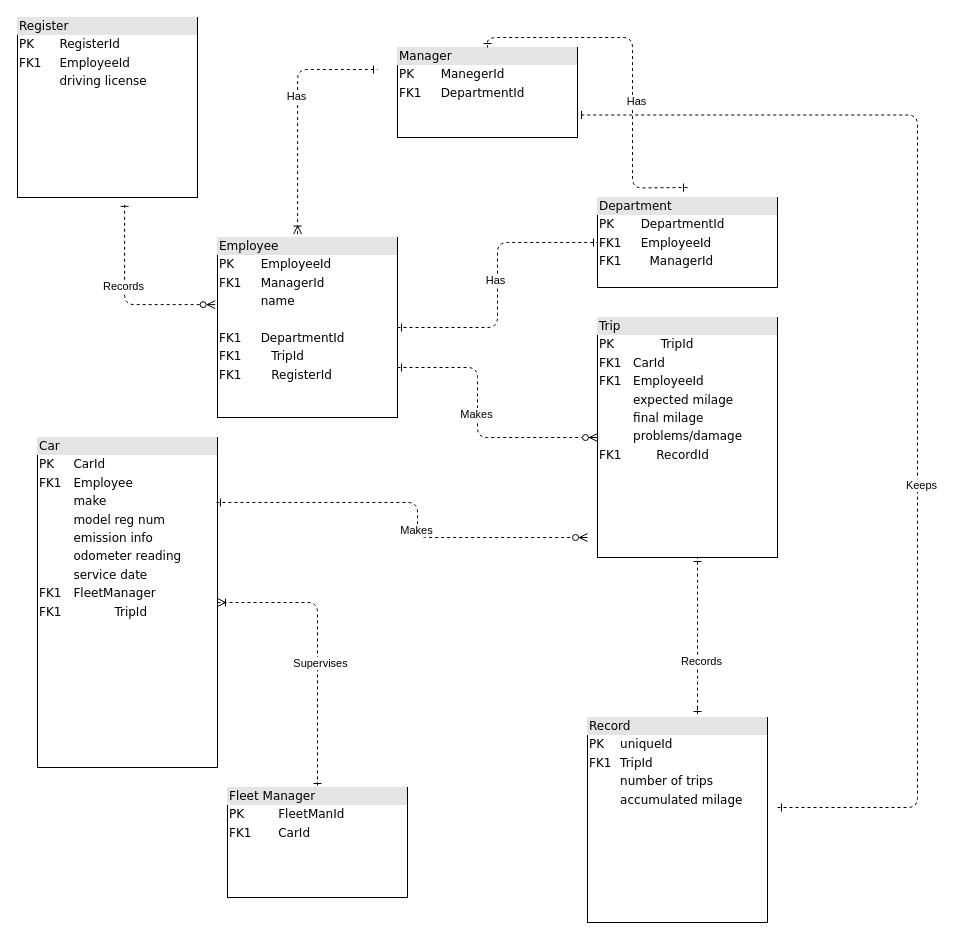
This is Untitled Diagram.drawio from InesCortina/git-demo, a draw.io file, before an edit. Source tidied: cells renumbered, new cells numbered last; positions are measured from the earlier drawing's top-left corner, leaving out a move shared by most shapes. Both pictures are drawn from the tidied source at 100%, with x=0, y=0 at pixel (17, 17).
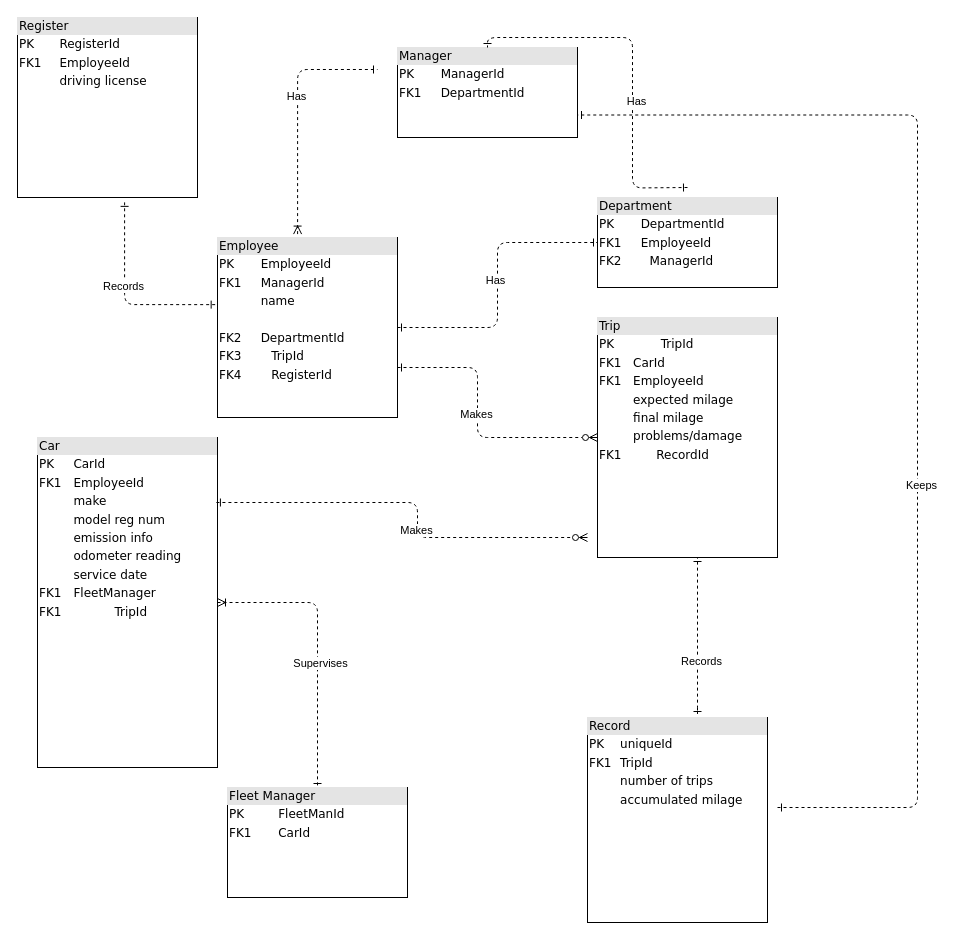
After the change.

Unchanged cells that the change refers to:
```xml
<mxCell id="21" value="&lt;div style=&quot;box-sizing: border-box ; width: 100% ; background: #e4e4e4 ; padding: 2px&quot;&gt;Register&lt;/div&gt;&lt;table style=&quot;border-color: var(--border-color); font-size: 1em; width: 180px;&quot; cellpadding=&quot;2&quot; cellspacing=&quot;0&quot;&gt;&lt;tbody style=&quot;border-color: var(--border-color);&quot;&gt;&lt;tr style=&quot;border-color: var(--border-color);&quot;&gt;&lt;td style=&quot;border-color: var(--border-color);&quot;&gt;PK&lt;/td&gt;&lt;td style=&quot;border-color: var(--border-color);&quot;&gt;RegisterId&lt;/td&gt;&lt;/tr&gt;&lt;tr style=&quot;border-color: var(--border-color);&quot;&gt;&lt;td style=&quot;border-color: var(--border-color);&quot;&gt;FK1&lt;/td&gt;&lt;td style=&quot;border-color: var(--border-color);&quot;&gt;EmployeeId&lt;br style=&quot;border-color: var(--border-color);&quot;&gt;&lt;/td&gt;&lt;/tr&gt;&lt;tr style=&quot;border-color: var(--border-color);&quot;&gt;&lt;td style=&quot;border-color: var(--border-color);&quot;&gt;&lt;br&gt;&lt;/td&gt;&lt;td style=&quot;border-color: var(--border-color);&quot;&gt;driving license&lt;/td&gt;&lt;/tr&gt;&lt;/tbody&gt;&lt;/table&gt;&lt;table align=&quot;left&quot; style=&quot;width: 100% ; font-size: 1em&quot; cellpadding=&quot;2&quot; cellspacing=&quot;0&quot;&gt;&lt;tbody&gt;&lt;tr&gt;&lt;td&gt;&lt;/td&gt;&lt;td&gt;&lt;br&gt;&lt;/td&gt;&lt;/tr&gt;&lt;/tbody&gt;&lt;/table&gt;" style="verticalAlign=top;align=left;overflow=fill;html=1;rounded=0;shadow=0;comic=0;labelBackgroundColor=none;strokeWidth=1;fontFamily=Verdana;fontSize=12;" parent="1" vertex="1">
  <mxGeometry width="180" height="180" as="geometry" />
</mxCell>
```

The edit, as a diff of the source:
```diff
@@
-    <mxCell id="6" value="&lt;div style=&quot;box-sizing: border-box ; width: 100% ; background: #e4e4e4 ; padding: 2px&quot;&gt;Employee&lt;br&gt;&lt;/div&gt;&lt;table style=&quot;border-color: var(--border-color); font-size: 1em; width: 180px;&quot; cellpadding=&quot;2&quot; cellspacing=&quot;0&quot;&gt;&lt;tbody style=&quot;border-color: var(--border-color);&quot;&gt;&lt;tr style=&quot;border-color: var(--border-color);&quot;&gt;&lt;td style=&quot;border-color: var(--border-color);&quot;&gt;PK&lt;/td&gt;&lt;td style=&quot;border-color: var(--border-color);&quot;&gt;EmployeeId&lt;/td&gt;&lt;/tr&gt;&lt;tr style=&quot;border-color: var(--border-color);&quot;&gt;&lt;td style=&quot;border-color: var(--border-color);&quot;&gt;FK1&lt;/td&gt;&lt;td style=&quot;border-color: var(--border-color);&quot;&gt;ManagerId&lt;br style=&quot;border-color: var(--border-color);&quot;&gt;&lt;/td&gt;&lt;/tr&gt;&lt;tr style=&quot;border-color: var(--border-color);&quot;&gt;&lt;td style=&quot;border-color: var(--border-color);&quot;&gt;&lt;br style=&quot;border-color: var(--border-color);&quot;&gt;&lt;/td&gt;&lt;td style=&quot;border-color: var(--border-color);&quot;&gt;name&lt;/td&gt;&lt;/tr&gt;&lt;tr style=&quot;border-color: var(--border-color);&quot;&gt;&lt;td style=&quot;border-color: var(--border-color);&quot;&gt;&lt;br style=&quot;border-color: var(--border-color);&quot;&gt;&lt;/td&gt;&lt;td style=&quot;border-color: var(--border-color);&quot;&gt;&lt;br&gt;&lt;/td&gt;&lt;/tr&gt;&lt;tr style=&quot;border-color: var(--border-color);&quot;&gt;&lt;td style=&quot;border-color: var(--border-color);&quot;&gt;FK1&lt;/td&gt;&lt;td style=&quot;border-color: var(--border-color);&quot;&gt;DepartmentId&lt;/td&gt;&lt;/tr&gt;&lt;/tbody&gt;&lt;/table&gt;&lt;table align=&quot;left&quot; style=&quot;width: 100% ; font-size: 1em&quot; cellpadding=&quot;2&quot; cellspacing=&quot;0&quot;&gt;&lt;tbody&gt;&lt;tr&gt;&lt;td&gt;FK1&lt;/td&gt;&lt;td&gt;TripId&lt;br&gt;&lt;/td&gt;&lt;/tr&gt;&lt;tr&gt;&lt;td&gt;FK1&lt;/td&gt;&lt;td&gt;RegisterId&lt;/td&gt;&lt;/tr&gt;&lt;/tbody&gt;&lt;/table&gt;" style="verticalAlign=top;align=left;overflow=fill;html=1;rounded=0;shadow=0;comic=0;labelBackgroundColor=none;strokeWidth=1;fontFamily=Verdana;fontSize=12;" parent="1" vertex="1">
+    <mxCell id="6" value="&lt;div style=&quot;box-sizing: border-box ; width: 100% ; background: #e4e4e4 ; padding: 2px&quot;&gt;Employee&lt;br&gt;&lt;/div&gt;&lt;table style=&quot;border-color: var(--border-color); font-size: 1em; width: 180px;&quot; cellpadding=&quot;2&quot; cellspacing=&quot;0&quot;&gt;&lt;tbody style=&quot;border-color: var(--border-color);&quot;&gt;&lt;tr style=&quot;border-color: var(--border-color);&quot;&gt;&lt;td style=&quot;border-color: var(--border-color);&quot;&gt;PK&lt;/td&gt;&lt;td style=&quot;border-color: var(--border-color);&quot;&gt;EmployeeId&lt;/td&gt;&lt;/tr&gt;&lt;tr style=&quot;border-color: var(--border-color);&quot;&gt;&lt;td style=&quot;border-color: var(--border-color);&quot;&gt;FK1&lt;/td&gt;&lt;td style=&quot;border-color: var(--border-color);&quot;&gt;ManagerId&lt;br style=&quot;border-color: var(--border-color);&quot;&gt;&lt;/td&gt;&lt;/tr&gt;&lt;tr style=&quot;border-color: var(--border-color);&quot;&gt;&lt;td style=&quot;border-color: var(--border-color);&quot;&gt;&lt;br style=&quot;border-color: var(--border-color);&quot;&gt;&lt;/td&gt;&lt;td style=&quot;border-color: var(--border-color);&quot;&gt;name&lt;/td&gt;&lt;/tr&gt;&lt;tr style=&quot;border-color: var(--border-color);&quot;&gt;&lt;td style=&quot;border-color: var(--border-color);&quot;&gt;&lt;br style=&quot;border-color: var(--border-color);&quot;&gt;&lt;/td&gt;&lt;td style=&quot;border-color: var(--border-color);&quot;&gt;&lt;br&gt;&lt;/td&gt;&lt;/tr&gt;&lt;tr style=&quot;border-color: var(--border-color);&quot;&gt;&lt;td style=&quot;border-color: var(--border-color);&quot;&gt;FK2&lt;/td&gt;&lt;td style=&quot;border-color: var(--border-color);&quot;&gt;DepartmentId&lt;/td&gt;&lt;/tr&gt;&lt;/tbody&gt;&lt;/table&gt;&lt;table align=&quot;left&quot; style=&quot;width: 100% ; font-size: 1em&quot; cellpadding=&quot;2&quot; cellspacing=&quot;0&quot;&gt;&lt;tbody&gt;&lt;tr&gt;&lt;td&gt;FK3&lt;/td&gt;&lt;td&gt;TripId&lt;br&gt;&lt;/td&gt;&lt;/tr&gt;&lt;tr&gt;&lt;td&gt;FK4&lt;/td&gt;&lt;td&gt;RegisterId&lt;/td&gt;&lt;/tr&gt;&lt;/tbody&gt;&lt;/table&gt;" style="verticalAlign=top;align=left;overflow=fill;html=1;rounded=0;shadow=0;comic=0;labelBackgroundColor=none;strokeWidth=1;fontFamily=Verdana;fontSize=12;" parent="1" vertex="1">
       <mxGeometry x="200" y="220" width="180" height="180" as="geometry" />
     </mxCell>
@@
-    <mxCell id="11" value="&lt;div style=&quot;box-sizing: border-box ; width: 100% ; background: #e4e4e4 ; padding: 2px&quot;&gt;Car&lt;br&gt;&lt;/div&gt;&lt;table style=&quot;border-color: var(--border-color); font-size: 1em; width: 180px;&quot; cellpadding=&quot;2&quot; cellspacing=&quot;0&quot;&gt;&lt;tbody style=&quot;border-color: var(--border-color);&quot;&gt;&lt;tr style=&quot;border-color: var(--border-color);&quot;&gt;&lt;td style=&quot;border-color: var(--border-color);&quot;&gt;PK&lt;/td&gt;&lt;td style=&quot;border-color: var(--border-color);&quot;&gt;CarId&lt;/td&gt;&lt;/tr&gt;&lt;tr style=&quot;border-color: var(--border-color);&quot;&gt;&lt;td style=&quot;border-color: var(--border-color);&quot;&gt;FK1&lt;/td&gt;&lt;td style=&quot;border-color: var(--border-color);&quot;&gt;Employee&lt;br style=&quot;border-color: var(--border-color);&quot;&gt;&lt;/td&gt;&lt;/tr&gt;&lt;tr style=&quot;border-color: var(--border-color);&quot;&gt;&lt;td style=&quot;border-color: var(--border-color);&quot;&gt;&lt;br style=&quot;border-color: var(--border-color);&quot;&gt;&lt;/td&gt;&lt;td style=&quot;border-color: var(--border-color);&quot;&gt;make&lt;/td&gt;&lt;/tr&gt;&lt;tr style=&quot;border-color: var(--border-color);&quot;&gt;&lt;td style=&quot;border-color: var(--border-color);&quot;&gt;&lt;br style=&quot;border-color: var(--border-color);&quot;&gt;&lt;/td&gt;&lt;td style=&quot;border-color: var(--border-color);&quot;&gt;model reg num&lt;/td&gt;&lt;/tr&gt;&lt;tr style=&quot;border-color: var(--border-color);&quot;&gt;&lt;td style=&quot;border-color: var(--border-color);&quot;&gt;&lt;br style=&quot;border-color: var(--border-color);&quot;&gt;&lt;/td&gt;&lt;td style=&quot;border-color: var(--border-color);&quot;&gt;emission info&lt;/td&gt;&lt;/tr&gt;&lt;tr style=&quot;border-color: var(--border-color);&quot;&gt;&lt;td style=&quot;border-color: var(--border-color);&quot;&gt;&lt;br style=&quot;border-color: var(--border-color);&quot;&gt;&lt;/td&gt;&lt;td style=&quot;border-color: var(--border-color);&quot;&gt;odometer reading&lt;/td&gt;&lt;/tr&gt;&lt;tr style=&quot;border-color: var(--border-color);&quot;&gt;&lt;td style=&quot;border-color: var(--border-color);&quot;&gt;&lt;br style=&quot;border-color: var(--border-color);&quot;&gt;&lt;/td&gt;&lt;td style=&quot;border-color: var(--border-color);&quot;&gt;service date&lt;/td&gt;&lt;/tr&gt;&lt;tr style=&quot;border-color: var(--border-color);&quot;&gt;&lt;td style=&quot;border-color: var(--border-color);&quot;&gt;FK1&lt;/td&gt;&lt;td style=&quot;border-color: var(--border-color);&quot;&gt;FleetManager&lt;/td&gt;&lt;/tr&gt;&lt;/tbody&gt;&lt;/table&gt;&lt;table style=&quot;width: 100% ; font-size: 1em&quot; cellpadding=&quot;2&quot; cellspacing=&quot;0&quot;&gt;&lt;tbody&gt;&lt;tr&gt;&lt;td&gt;FK1&lt;/td&gt;&lt;td&gt;TripId&lt;/td&gt;&lt;/tr&gt;&lt;tr&gt;&lt;td&gt;&lt;br&gt;&lt;/td&gt;&lt;td&gt;&lt;/td&gt;&lt;/tr&gt;&lt;/tbody&gt;&lt;/table&gt;" style="verticalAlign=top;align=left;overflow=fill;html=1;rounded=0;shadow=0;comic=0;labelBackgroundColor=none;strokeWidth=1;fontFamily=Verdana;fontSize=12;" parent="1" vertex="1">
+    <mxCell id="11" value="&lt;div style=&quot;box-sizing: border-box ; width: 100% ; background: #e4e4e4 ; padding: 2px&quot;&gt;Car&lt;br&gt;&lt;/div&gt;&lt;table style=&quot;border-color: var(--border-color); font-size: 1em; width: 180px;&quot; cellpadding=&quot;2&quot; cellspacing=&quot;0&quot;&gt;&lt;tbody style=&quot;border-color: var(--border-color);&quot;&gt;&lt;tr style=&quot;border-color: var(--border-color);&quot;&gt;&lt;td style=&quot;border-color: var(--border-color);&quot;&gt;PK&lt;/td&gt;&lt;td style=&quot;border-color: var(--border-color);&quot;&gt;CarId&lt;/td&gt;&lt;/tr&gt;&lt;tr style=&quot;border-color: var(--border-color);&quot;&gt;&lt;td style=&quot;border-color: var(--border-color);&quot;&gt;FK1&lt;/td&gt;&lt;td style=&quot;border-color: var(--border-color);&quot;&gt;EmployeeId&lt;br style=&quot;border-color: var(--border-color);&quot;&gt;&lt;/td&gt;&lt;/tr&gt;&lt;tr style=&quot;border-color: var(--border-color);&quot;&gt;&lt;td style=&quot;border-color: var(--border-color);&quot;&gt;&lt;br style=&quot;border-color: var(--border-color);&quot;&gt;&lt;/td&gt;&lt;td style=&quot;border-color: var(--border-color);&quot;&gt;make&lt;/td&gt;&lt;/tr&gt;&lt;tr style=&quot;border-color: var(--border-color);&quot;&gt;&lt;td style=&quot;border-color: var(--border-color);&quot;&gt;&lt;br style=&quot;border-color: var(--border-color);&quot;&gt;&lt;/td&gt;&lt;td style=&quot;border-color: var(--border-color);&quot;&gt;model reg num&lt;/td&gt;&lt;/tr&gt;&lt;tr style=&quot;border-color: var(--border-color);&quot;&gt;&lt;td style=&quot;border-color: var(--border-color);&quot;&gt;&lt;br style=&quot;border-color: var(--border-color);&quot;&gt;&lt;/td&gt;&lt;td style=&quot;border-color: var(--border-color);&quot;&gt;emission info&lt;/td&gt;&lt;/tr&gt;&lt;tr style=&quot;border-color: var(--border-color);&quot;&gt;&lt;td style=&quot;border-color: var(--border-color);&quot;&gt;&lt;br style=&quot;border-color: var(--border-color);&quot;&gt;&lt;/td&gt;&lt;td style=&quot;border-color: var(--border-color);&quot;&gt;odometer reading&lt;/td&gt;&lt;/tr&gt;&lt;tr style=&quot;border-color: var(--border-color);&quot;&gt;&lt;td style=&quot;border-color: var(--border-color);&quot;&gt;&lt;br style=&quot;border-color: var(--border-color);&quot;&gt;&lt;/td&gt;&lt;td style=&quot;border-color: var(--border-color);&quot;&gt;service date&lt;/td&gt;&lt;/tr&gt;&lt;tr style=&quot;border-color: var(--border-color);&quot;&gt;&lt;td style=&quot;border-color: var(--border-color);&quot;&gt;FK1&lt;/td&gt;&lt;td style=&quot;border-color: var(--border-color);&quot;&gt;FleetManager&lt;/td&gt;&lt;/tr&gt;&lt;/tbody&gt;&lt;/table&gt;&lt;table style=&quot;width: 100% ; font-size: 1em&quot; cellpadding=&quot;2&quot; cellspacing=&quot;0&quot;&gt;&lt;tbody&gt;&lt;tr&gt;&lt;td&gt;FK1&lt;/td&gt;&lt;td&gt;TripId&lt;/td&gt;&lt;/tr&gt;&lt;tr&gt;&lt;td&gt;&lt;br&gt;&lt;/td&gt;&lt;td&gt;&lt;/td&gt;&lt;/tr&gt;&lt;/tbody&gt;&lt;/table&gt;" style="verticalAlign=top;align=left;overflow=fill;html=1;rounded=0;shadow=0;comic=0;labelBackgroundColor=none;strokeWidth=1;fontFamily=Verdana;fontSize=12;" parent="1" vertex="1">
       <mxGeometry x="20" y="420" width="180" height="330" as="geometry" />
     </mxCell>
-    <mxCell id="12" value="&lt;div style=&quot;box-sizing:border-box;width:100%;background:#e4e4e4;padding:2px;&quot;&gt;Manager&lt;/div&gt;&lt;table style=&quot;width:100%;font-size:1em;&quot; cellpadding=&quot;2&quot; cellspacing=&quot;0&quot;&gt;&lt;tbody&gt;&lt;tr&gt;&lt;td&gt;PK&lt;/td&gt;&lt;td&gt;ManegerId&lt;br&gt;&lt;/td&gt;&lt;/tr&gt;&lt;tr&gt;&lt;td&gt;FK1&lt;/td&gt;&lt;td&gt;DepartmentId&lt;/td&gt;&lt;/tr&gt;&lt;/tbody&gt;&lt;/table&gt;" style="verticalAlign=top;align=left;overflow=fill;html=1;rounded=0;shadow=0;comic=0;labelBackgroundColor=none;strokeWidth=1;fontFamily=Verdana;fontSize=12;" parent="1" vertex="1">
+    <mxCell id="12" value="&lt;div style=&quot;box-sizing:border-box;width:100%;background:#e4e4e4;padding:2px;&quot;&gt;Manager&lt;/div&gt;&lt;table style=&quot;width:100%;font-size:1em;&quot; cellpadding=&quot;2&quot; cellspacing=&quot;0&quot;&gt;&lt;tbody&gt;&lt;tr&gt;&lt;td&gt;PK&lt;/td&gt;&lt;td&gt;ManagerId&lt;br&gt;&lt;/td&gt;&lt;/tr&gt;&lt;tr&gt;&lt;td&gt;FK1&lt;/td&gt;&lt;td&gt;DepartmentId&lt;/td&gt;&lt;/tr&gt;&lt;/tbody&gt;&lt;/table&gt;" style="verticalAlign=top;align=left;overflow=fill;html=1;rounded=0;shadow=0;comic=0;labelBackgroundColor=none;strokeWidth=1;fontFamily=Verdana;fontSize=12;" parent="1" vertex="1">
       <mxGeometry x="380" y="30" width="180" height="90" as="geometry" />
     </mxCell>
@@
-    <mxCell id="16" value="&lt;div style=&quot;box-sizing:border-box;width:100%;background:#e4e4e4;padding:2px;&quot;&gt;Department&lt;br&gt;&lt;/div&gt;&lt;table style=&quot;border-color: var(--border-color); font-size: 1em; width: 180px;&quot; cellpadding=&quot;2&quot; cellspacing=&quot;0&quot;&gt;&lt;tbody style=&quot;border-color: var(--border-color);&quot;&gt;&lt;tr style=&quot;border-color: var(--border-color);&quot;&gt;&lt;td style=&quot;border-color: var(--border-color);&quot;&gt;PK&lt;/td&gt;&lt;td style=&quot;border-color: var(--border-color);&quot;&gt;DepartmentId&lt;/td&gt;&lt;/tr&gt;&lt;tr style=&quot;border-color: var(--border-color);&quot;&gt;&lt;td style=&quot;border-color: var(--border-color);&quot;&gt;FK1&lt;/td&gt;&lt;td style=&quot;border-color: var(--border-color);&quot;&gt;EmployeeId&lt;/td&gt;&lt;/tr&gt;&lt;/tbody&gt;&lt;/table&gt;&lt;table style=&quot;width:100%;font-size:1em;&quot; cellpadding=&quot;2&quot; cellspacing=&quot;0&quot;&gt;&lt;tbody&gt;&lt;tr&gt;&lt;td&gt;FK1&lt;/td&gt;&lt;td&gt;ManagerId&lt;/td&gt;&lt;/tr&gt;&lt;tr&gt;&lt;td&gt;&lt;/td&gt;&lt;td&gt;&lt;br&gt;&lt;/td&gt;&lt;/tr&gt;&lt;/tbody&gt;&lt;/table&gt;" style="verticalAlign=top;align=left;overflow=fill;html=1;rounded=0;shadow=0;comic=0;labelBackgroundColor=none;strokeWidth=1;fontFamily=Verdana;fontSize=12;" parent="1" vertex="1">
+    <mxCell id="16" value="&lt;div style=&quot;box-sizing:border-box;width:100%;background:#e4e4e4;padding:2px;&quot;&gt;Department&lt;br&gt;&lt;/div&gt;&lt;table style=&quot;border-color: var(--border-color); font-size: 1em; width: 180px;&quot; cellpadding=&quot;2&quot; cellspacing=&quot;0&quot;&gt;&lt;tbody style=&quot;border-color: var(--border-color);&quot;&gt;&lt;tr style=&quot;border-color: var(--border-color);&quot;&gt;&lt;td style=&quot;border-color: var(--border-color);&quot;&gt;PK&lt;/td&gt;&lt;td style=&quot;border-color: var(--border-color);&quot;&gt;DepartmentId&lt;/td&gt;&lt;/tr&gt;&lt;tr style=&quot;border-color: var(--border-color);&quot;&gt;&lt;td style=&quot;border-color: var(--border-color);&quot;&gt;FK1&lt;/td&gt;&lt;td style=&quot;border-color: var(--border-color);&quot;&gt;EmployeeId&lt;/td&gt;&lt;/tr&gt;&lt;/tbody&gt;&lt;/table&gt;&lt;table style=&quot;width:100%;font-size:1em;&quot; cellpadding=&quot;2&quot; cellspacing=&quot;0&quot;&gt;&lt;tbody&gt;&lt;tr&gt;&lt;td&gt;FK2&lt;/td&gt;&lt;td&gt;ManagerId&lt;/td&gt;&lt;/tr&gt;&lt;tr&gt;&lt;td&gt;&lt;/td&gt;&lt;td&gt;&lt;br&gt;&lt;/td&gt;&lt;/tr&gt;&lt;/tbody&gt;&lt;/table&gt;" style="verticalAlign=top;align=left;overflow=fill;html=1;rounded=0;shadow=0;comic=0;labelBackgroundColor=none;strokeWidth=1;fontFamily=Verdana;fontSize=12;" parent="1" vertex="1">
       <mxGeometry x="580" y="180" width="180" height="90" as="geometry" />
     </mxCell>
@@
-    <mxCell id="22" style="edgeStyle=orthogonalEdgeStyle;html=1;dashed=1;labelBackgroundColor=none;startArrow=ERzeroToMany;endArrow=ERone;fontFamily=Verdana;fontSize=12;align=left;startFill=0;endFill=0;exitX=-0.013;exitY=0.373;exitDx=0;exitDy=0;exitPerimeter=0;entryX=0.595;entryY=1.027;entryDx=0;entryDy=0;entryPerimeter=0;" parent="1" edge="1" source="6" target="21">
+    <mxCell id="22" style="edgeStyle=orthogonalEdgeStyle;html=1;dashed=1;labelBackgroundColor=none;startArrow=ERone;endArrow=ERone;fontFamily=Verdana;fontSize=12;align=left;startFill=0;endFill=0;exitX=-0.013;exitY=0.373;exitDx=0;exitDy=0;exitPerimeter=0;entryX=0.595;entryY=1.027;entryDx=0;entryDy=0;entryPerimeter=0;" parent="1" edge="1" source="6" target="21">
       <mxGeometry relative="1" as="geometry" />
     </mxCell>
```
